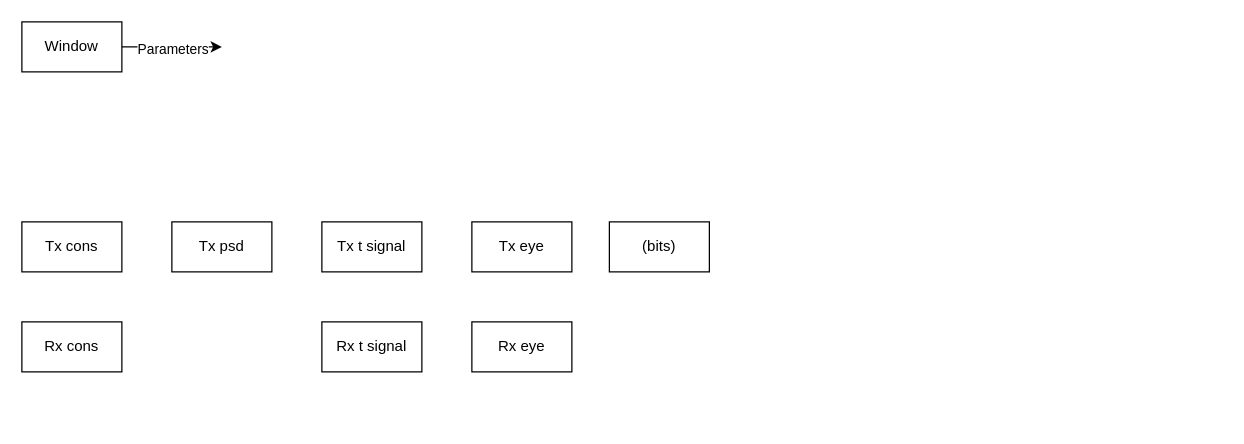
Earlier version of the draw.io diagram page "Stránka-2" (2 of 2) of diagram.drawio (jurkovicmartin/Bakal-ka). Source tidied: cells renumbered, new cells numbered last; positions are measured from the earlier drawing's top-left corner, leaving out a move shared by most shapes. Both pictures are drawn from the tidied source at 125%, with x=0, y=0 at pixel (21, 21).
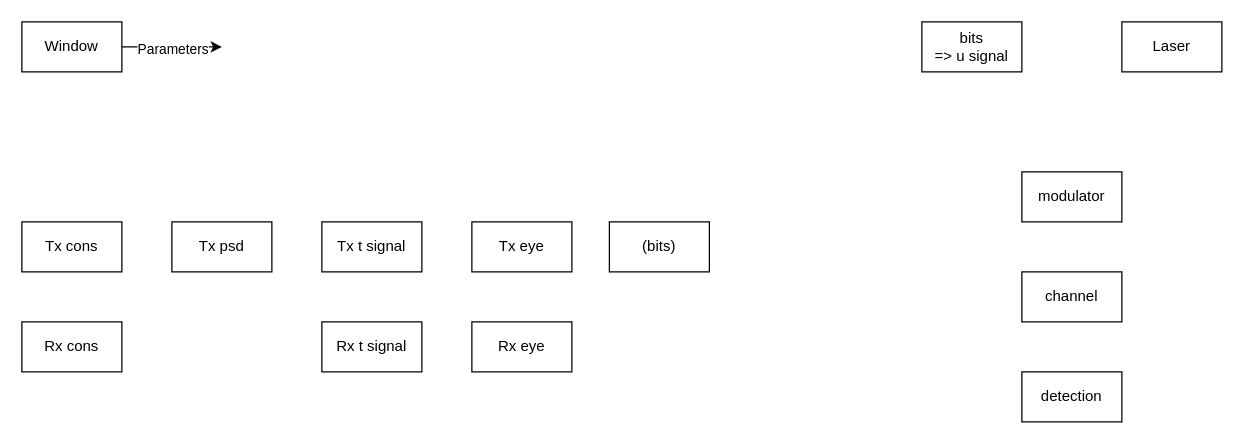
After the change.

Change to the diagram source:
```diff
@@
 <mxGraphModel>
   <root>
     <mxCell id="0" />
     <mxCell id="1" parent="0" />
     <mxCell id="2" value="Window" style="rounded=0;whiteSpace=wrap;html=1;" parent="1" vertex="1">
       <mxGeometry width="80" height="40" as="geometry" />
     </mxCell>
     <mxCell id="3" style="endArrow=classic;html=1;rounded=0;exitX=1;exitY=0.5;exitDx=0;exitDy=0;" parent="1" edge="1" source="2">
       <mxGeometry relative="1" as="geometry">
         <mxPoint x="160" y="20" as="targetPoint" />
       </mxGeometry>
     </mxCell>
     <mxCell id="4" value="Parameters" style="edgeLabel;html=1;align=center;verticalAlign=middle;" parent="3" vertex="1">
       <mxGeometry y="-1" relative="1" as="geometry" />
     </mxCell>
     <mxCell id="5" value="Tx cons" style="rounded=0;whiteSpace=wrap;html=1;" parent="1" vertex="1">
       <mxGeometry y="160" width="80" height="40" as="geometry" />
     </mxCell>
     <mxCell id="6" value="Rx cons" style="rounded=0;whiteSpace=wrap;html=1;" parent="1" vertex="1">
       <mxGeometry y="240" width="80" height="40" as="geometry" />
     </mxCell>
     <mxCell id="7" value="Tx psd" style="rounded=0;whiteSpace=wrap;html=1;" parent="1" vertex="1">
       <mxGeometry x="120" y="160" width="80" height="40" as="geometry" />
     </mxCell>
     <mxCell id="8" value="Tx t signal" style="rounded=0;whiteSpace=wrap;html=1;" parent="1" vertex="1">
       <mxGeometry x="240" y="160" width="80" height="40" as="geometry" />
     </mxCell>
     <mxCell id="9" value="Rx t signal" style="rounded=0;whiteSpace=wrap;html=1;" parent="1" vertex="1">
       <mxGeometry x="240" y="240" width="80" height="40" as="geometry" />
     </mxCell>
     <mxCell id="10" value="Tx eye" style="rounded=0;whiteSpace=wrap;html=1;" parent="1" vertex="1">
       <mxGeometry x="360" y="160" width="80" height="40" as="geometry" />
     </mxCell>
     <mxCell id="11" value="Rx eye" style="rounded=0;whiteSpace=wrap;html=1;" parent="1" vertex="1">
       <mxGeometry x="360" y="240" width="80" height="40" as="geometry" />
     </mxCell>
     <mxCell id="12" value="(bits)" style="rounded=0;whiteSpace=wrap;html=1;" parent="1" vertex="1">
       <mxGeometry x="470" y="160" width="80" height="40" as="geometry" />
     </mxCell>
+    <mxCell id="13" value="Laser" style="rounded=0;whiteSpace=wrap;html=1;" parent="1" vertex="1">
+      <mxGeometry x="880" width="80" height="40" as="geometry" />
+    </mxCell>
+    <mxCell id="14" value="bits&lt;br&gt;=&amp;gt; u signal" style="rounded=0;whiteSpace=wrap;html=1;" parent="1" vertex="1">
+      <mxGeometry x="720" width="80" height="40" as="geometry" />
+    </mxCell>
+    <mxCell id="15" value="modulator" style="rounded=0;whiteSpace=wrap;html=1;" parent="1" vertex="1">
+      <mxGeometry x="800" y="120" width="80" height="40" as="geometry" />
+    </mxCell>
+    <mxCell id="16" value="channel" style="rounded=0;whiteSpace=wrap;html=1;" parent="1" vertex="1">
+      <mxGeometry x="800" y="200" width="80" height="40" as="geometry" />
+    </mxCell>
+    <mxCell id="17" value="detection" style="rounded=0;whiteSpace=wrap;html=1;" parent="1" vertex="1">
+      <mxGeometry x="800" y="280" width="80" height="40" as="geometry" />
+    </mxCell>
   </root>
 </mxGraphModel>
```
